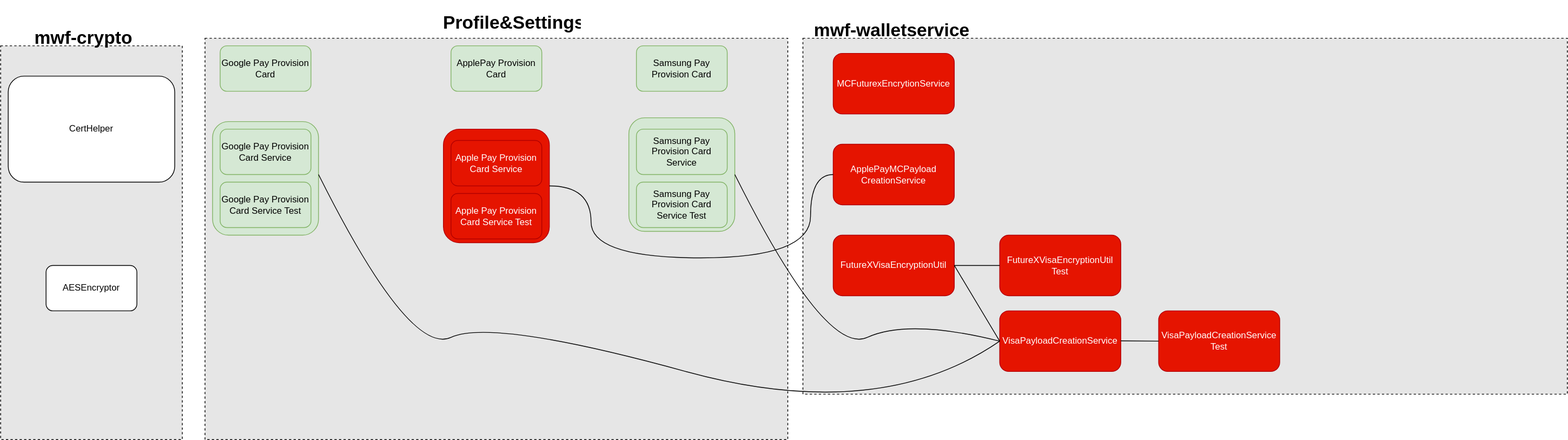
Before: Work Samples/WF/Bouncy_Castle_Dependencies_Removal.drawio.svg, a diagram exported from draw.io (uchiharizvi/design-diagrams). Source tidied: cells renumbered, new cells last; positions are measured from the earlier drawing's top-left corner, leaving out a move shared by most shapes.
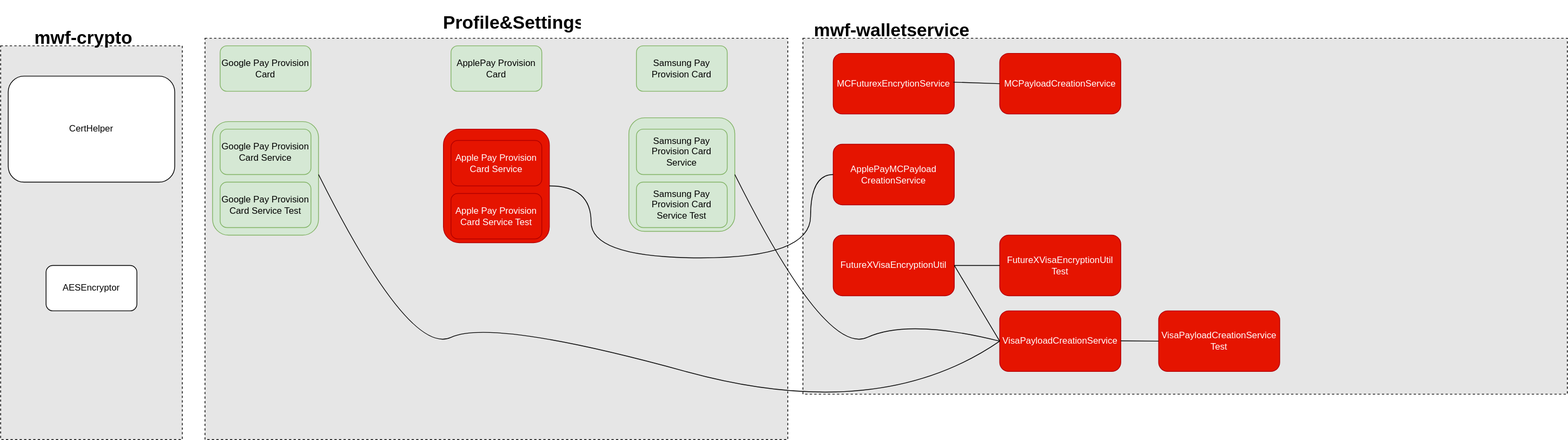
The same diagram one commit later.

What changed in the source:
```diff
@@ -120,5 +120,11 @@
         </Array>
       </mxGeometry>
     </mxCell>
+    <mxCell id="34" value="MCPayloadCreationService" style="rounded=1;whiteSpace=wrap;html=1;fillColor=#e51400;fontColor=#ffffff;strokeColor=#B20000;" parent="1" vertex="1">
+      <mxGeometry x="1320" y="60" width="160" height="80" as="geometry" />
+    </mxCell>
+    <mxCell id="35" style="endArrow=none;html=1;rounded=0;exitX=0.993;exitY=0.475;exitDx=0;exitDy=0;exitPerimeter=0;entryX=0;entryY=0.5;entryDx=0;entryDy=0;" parent="1" edge="1" source="14" target="34">
+      <mxGeometry relative="1" as="geometry" />
+    </mxCell>
   </root>
 </mxGraphModel>
```
